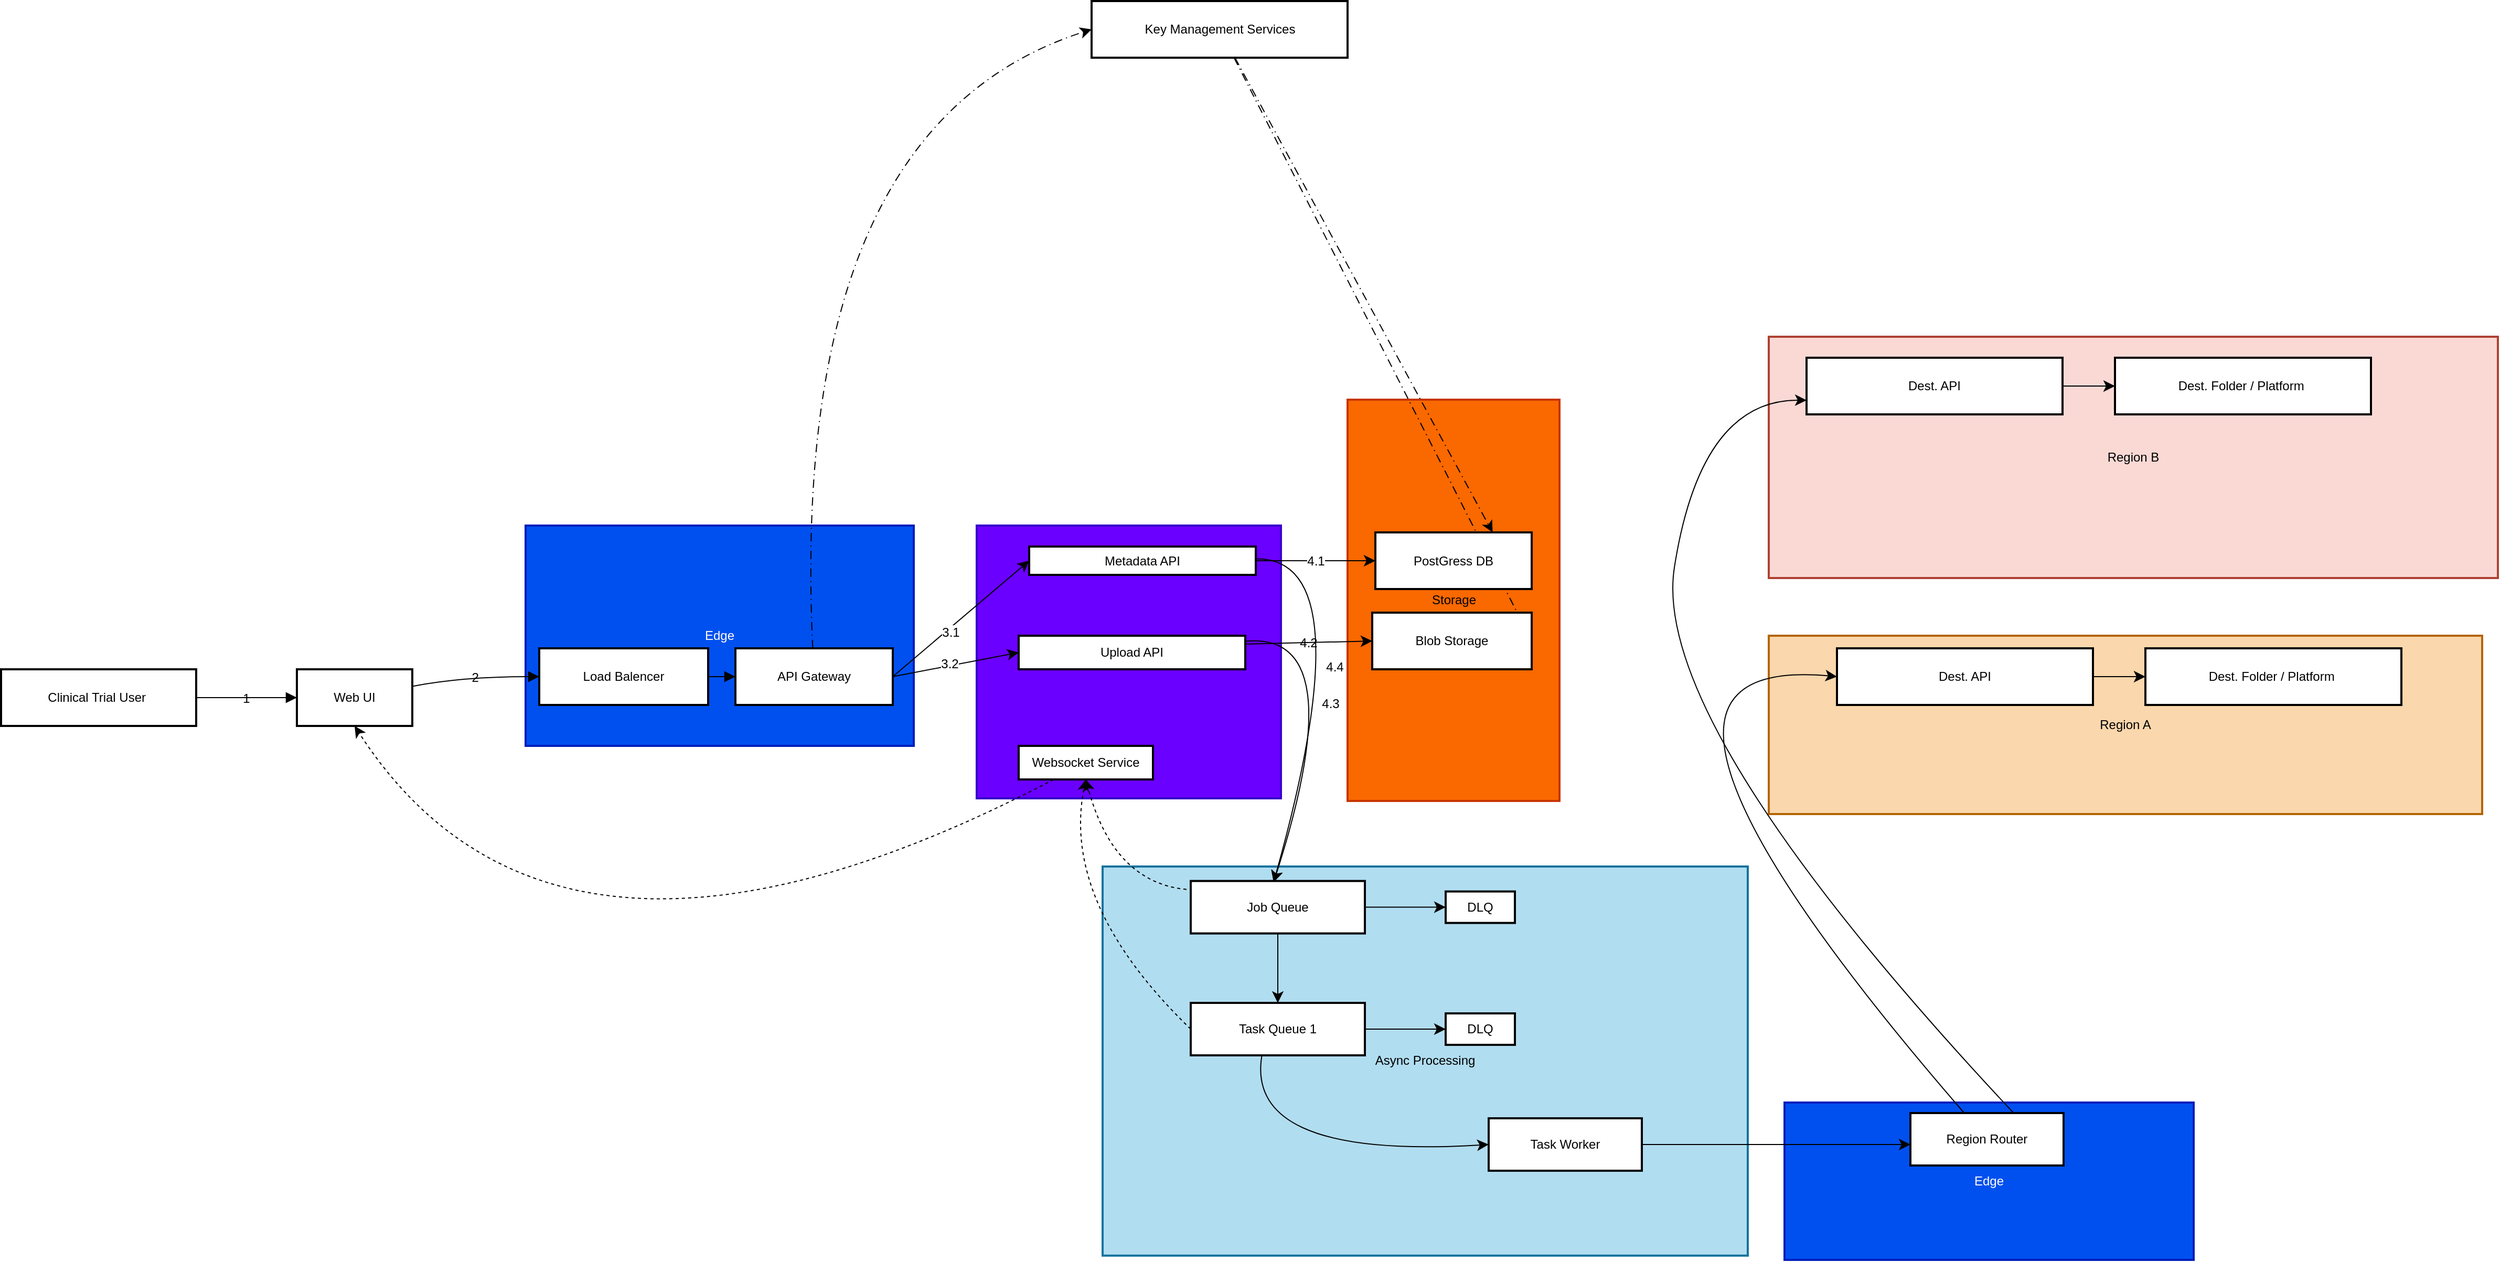
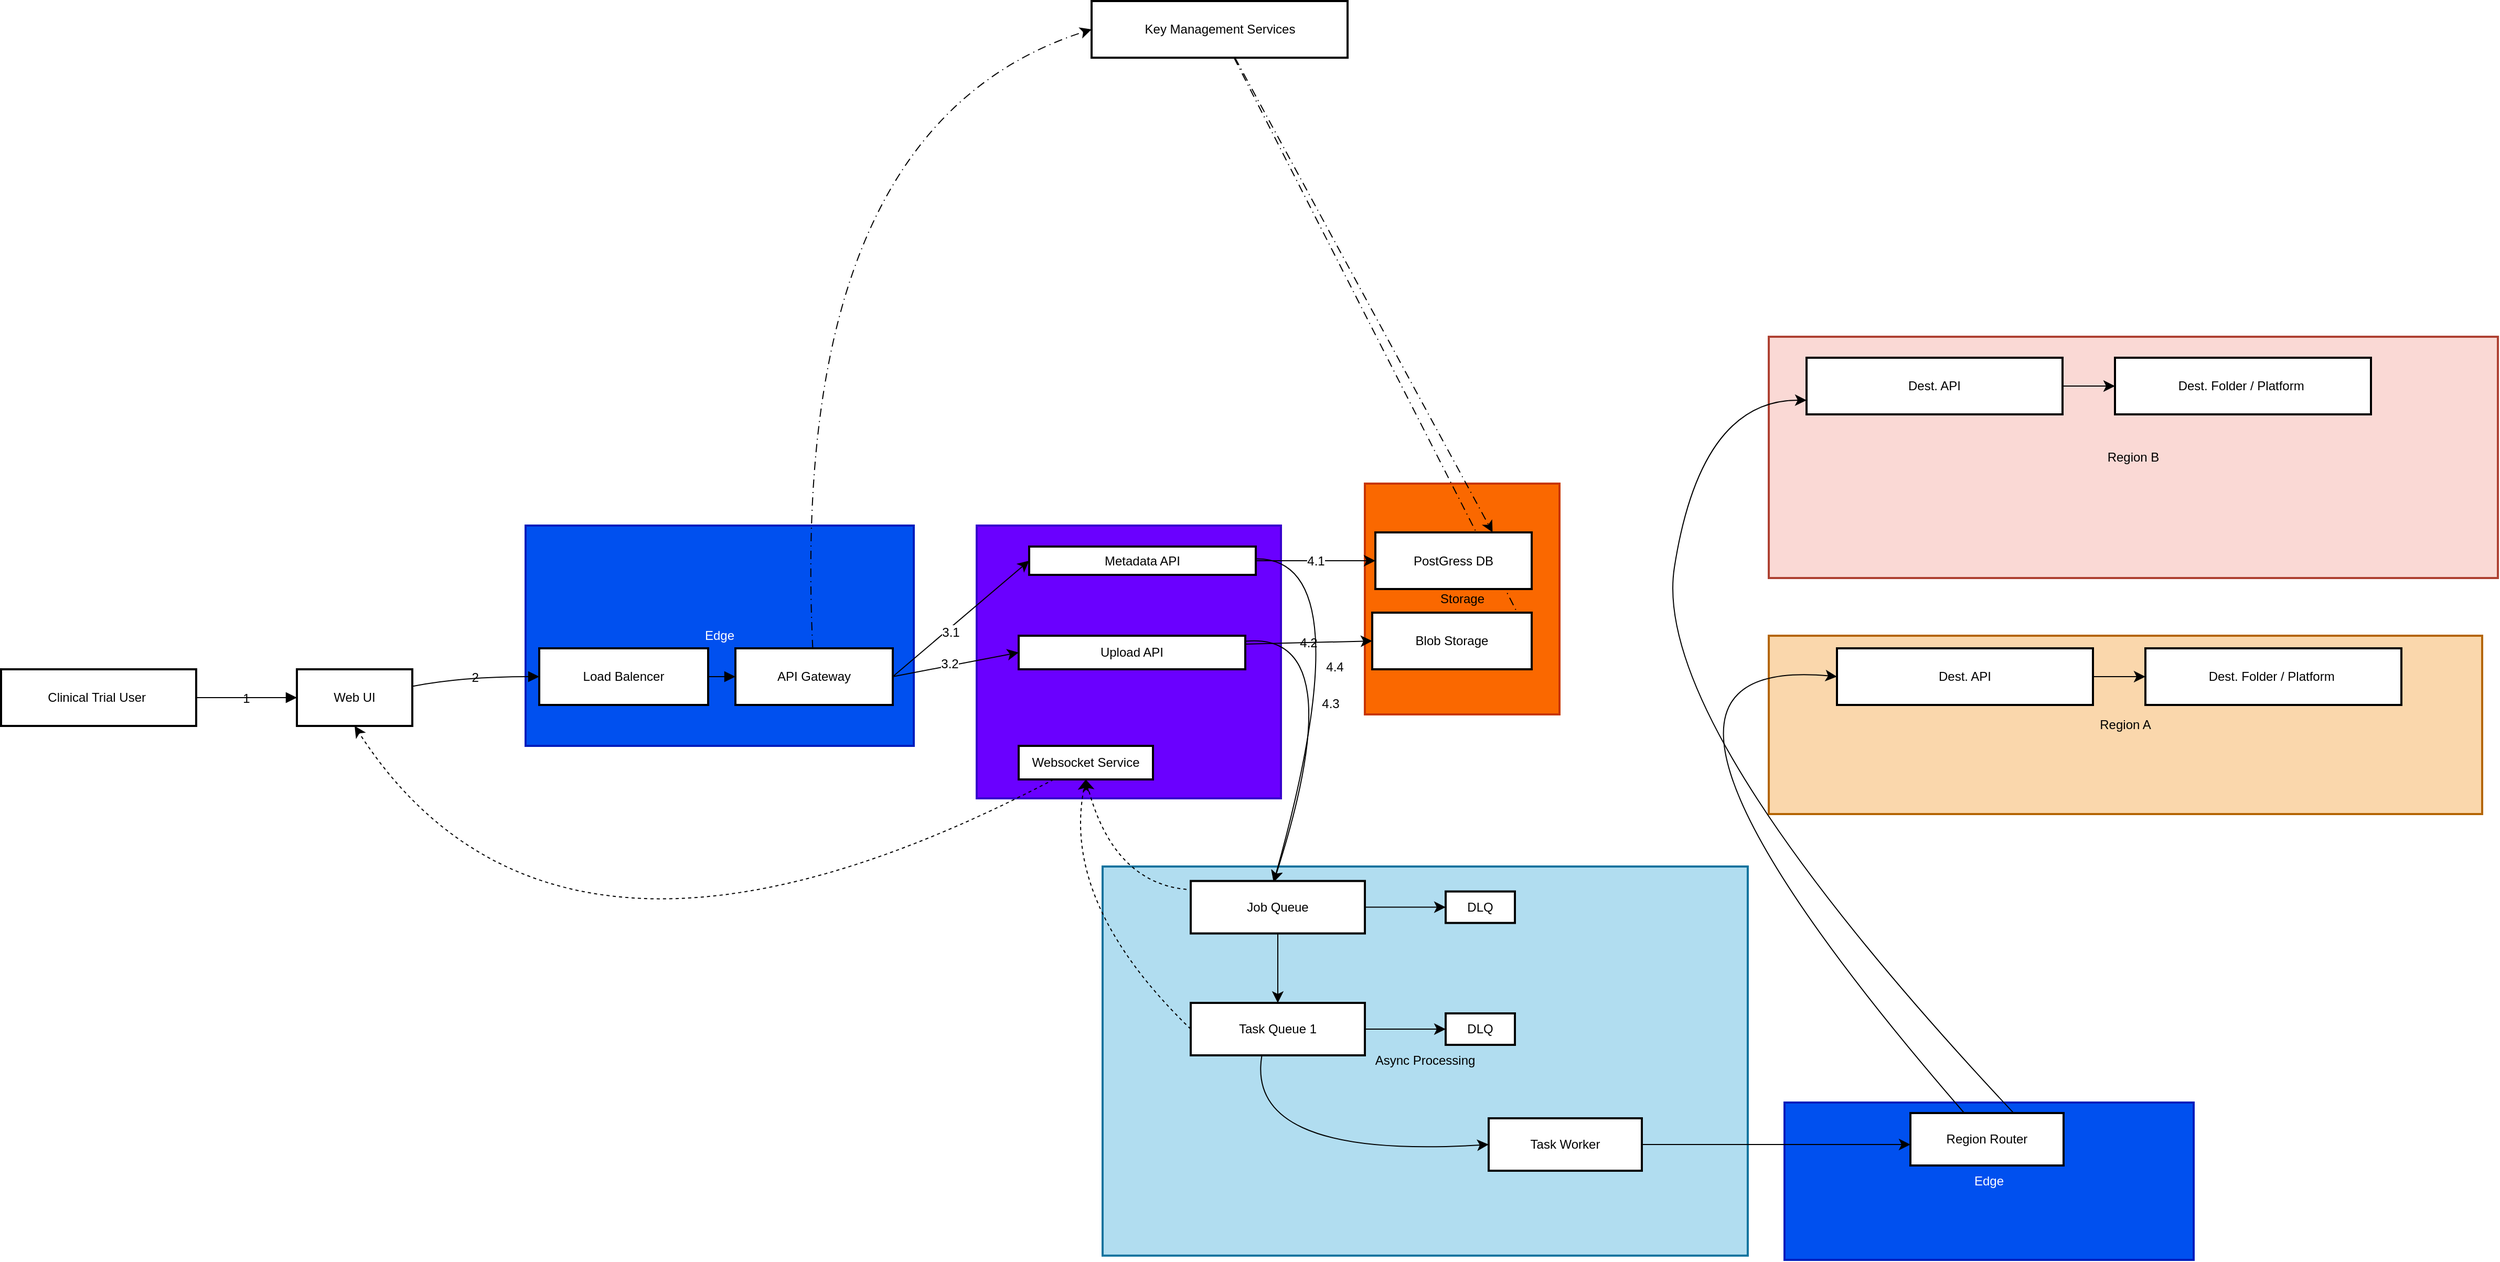
<mxfile host="app.diagrams.net">
  <diagram name="Overall-Diagram" id="Xauzskn0iYLa3f8TggF1">
-     <mxGraphModel dx="806" dy="1550" grid="1" gridSize="10" guides="1" tooltips="1" connect="1" arrows="1" fold="1" page="1" pageScale="1" pageWidth="850" pageHeight="1100" background="none" math="0" shadow="0">
+     <mxGraphModel dx="1108" dy="1719" grid="1" gridSize="10" guides="1" tooltips="1" connect="1" arrows="1" fold="1" page="1" pageScale="1" pageWidth="850" pageHeight="1100" background="none" math="0" shadow="0">
      <root>
        <mxCell id="0" />
        <mxCell id="1" parent="0" />
        <mxCell id="ZxT0anLmeUN1lRlBXtKW-56" parent="1" style="whiteSpace=wrap;strokeWidth=2;rounded=0;labelBackgroundColor=none;fillColor=#0050ef;fontColor=#ffffff;strokeColor=#001DBC;" value="Edge" vertex="1">
          <mxGeometry height="150" width="390" x="1800" y="590" as="geometry" />
        </mxCell>
        <mxCell id="tPvMw2njpGqdJi2HAjV1-28" parent="1" style="whiteSpace=wrap;strokeWidth=2;rounded=0;labelBackgroundColor=none;fillColor=#fad9d5;strokeColor=#ae4132;" value="Region B" vertex="1">
          <mxGeometry height="230" width="695" x="1785" y="-140" as="geometry" />
        </mxCell>
        <mxCell id="tPvMw2njpGqdJi2HAjV1-27" parent="1" style="whiteSpace=wrap;strokeWidth=2;rounded=0;labelBackgroundColor=none;fillColor=#fad7ac;strokeColor=#b46504;" value="Region A" vertex="1">
          <mxGeometry height="170" width="680" x="1785" y="145" as="geometry" />
        </mxCell>
        <mxCell id="LGeiLnGPZ_kJypGg9XhN-2" parent="1" style="whiteSpace=wrap;strokeWidth=2;rounded=0;labelBackgroundColor=none;fillColor=#b1ddf0;strokeColor=#10739e;aspect=fixed;" value="Async Processing" vertex="1">
          <mxGeometry height="370.92" width="614.97" x="1150" y="365" as="geometry" />
        </mxCell>
        <mxCell id="LGeiLnGPZ_kJypGg9XhN-4" parent="1" style="whiteSpace=wrap;strokeWidth=2;rounded=0;labelBackgroundColor=none;fillColor=#6a00ff;fontColor=#ffffff;strokeColor=#3700CC;" value="API Services" vertex="1">
          <mxGeometry height="260" width="290" x="1030" y="40" as="geometry" />
        </mxCell>
        <mxCell id="LGeiLnGPZ_kJypGg9XhN-3" parent="1" style="whiteSpace=wrap;strokeWidth=2;rounded=0;labelBackgroundColor=none;fillColor=#fa6800;fontColor=#000000;strokeColor=#C73500;" value="Storage" vertex="1">
-           <mxGeometry height="382.5" width="202" x="1383.5" y="-80" as="geometry" />
+           <mxGeometry height="220" width="185.5" x="1400" as="geometry" />
        </mxCell>
        <mxCell id="LGeiLnGPZ_kJypGg9XhN-5" parent="1" style="whiteSpace=wrap;strokeWidth=2;rounded=0;labelBackgroundColor=none;fillColor=#0050ef;fontColor=#ffffff;strokeColor=#001DBC;" value="Edge" vertex="1">
          <mxGeometry height="210" width="370" x="600" y="40" as="geometry" />
        </mxCell>
        <mxCell id="LGeiLnGPZ_kJypGg9XhN-6" parent="1" style="whiteSpace=wrap;strokeWidth=2;rounded=0;labelBackgroundColor=none;" value="Clinical Trial User " vertex="1">
          <mxGeometry height="54" width="186" x="100" y="177" as="geometry" />
        </mxCell>
        <mxCell id="LGeiLnGPZ_kJypGg9XhN-7" parent="1" style="whiteSpace=wrap;strokeWidth=2;rounded=0;labelBackgroundColor=none;" value="Web UI" vertex="1">
          <mxGeometry height="54" width="110" x="382" y="177" as="geometry" />
        </mxCell>
        <mxCell id="LGeiLnGPZ_kJypGg9XhN-8" parent="1" style="whiteSpace=wrap;strokeWidth=2;rounded=0;labelBackgroundColor=none;" value="Load Balencer" vertex="1">
          <mxGeometry height="54" width="161" x="613" y="157" as="geometry" />
        </mxCell>
        <mxCell id="ijDLy2rUQYNMrnhEq9o_-15" edge="1" parent="1" source="LGeiLnGPZ_kJypGg9XhN-9" style="edgeStyle=none;curved=1;rounded=0;orthogonalLoop=1;jettySize=auto;html=1;fontSize=12;startSize=8;endSize=8;entryX=0;entryY=0.5;entryDx=0;entryDy=0;labelBackgroundColor=none;fontColor=default;exitX=1;exitY=0.5;exitDx=0;exitDy=0;" target="LGeiLnGPZ_kJypGg9XhN-10">
          <mxGeometry relative="1" as="geometry">
            <mxPoint x="1059.9999999999998" y="229.99999999999977" as="targetPoint" />
          </mxGeometry>
        </mxCell>
        <mxCell id="kZjGEyZ31KSyDfQOjVAd-1" connectable="0" parent="ijDLy2rUQYNMrnhEq9o_-15" style="edgeLabel;html=1;align=center;verticalAlign=middle;resizable=0;points=[];fontSize=12;" value="3.1" vertex="1">
          <mxGeometry relative="1" x="-0.1984" y="-3" as="geometry">
            <mxPoint x="1" as="offset" />
          </mxGeometry>
        </mxCell>
        <mxCell id="ijDLy2rUQYNMrnhEq9o_-17" edge="1" parent="1" source="LGeiLnGPZ_kJypGg9XhN-9" style="edgeStyle=none;curved=1;rounded=0;orthogonalLoop=1;jettySize=auto;html=1;entryX=0;entryY=0.5;entryDx=0;entryDy=0;fontSize=12;startSize=8;endSize=8;exitX=1;exitY=0.5;exitDx=0;exitDy=0;" target="LGeiLnGPZ_kJypGg9XhN-11">
          <mxGeometry relative="1" as="geometry">
            <mxPoint x="960" y="190" as="sourcePoint" />
          </mxGeometry>
        </mxCell>
        <mxCell id="kZjGEyZ31KSyDfQOjVAd-2" connectable="0" parent="ijDLy2rUQYNMrnhEq9o_-17" style="edgeLabel;html=1;align=center;verticalAlign=middle;resizable=0;points=[];fontSize=12;" value="3.2" vertex="1">
          <mxGeometry relative="1" x="-0.0885" y="2" as="geometry">
            <mxPoint as="offset" />
          </mxGeometry>
        </mxCell>
        <mxCell id="tPvMw2njpGqdJi2HAjV1-17" edge="1" parent="1" source="LGeiLnGPZ_kJypGg9XhN-9" style="edgeStyle=none;curved=1;rounded=0;orthogonalLoop=1;jettySize=auto;html=1;entryX=0;entryY=0.5;entryDx=0;entryDy=0;fontSize=12;startSize=8;endSize=8;dashed=1;dashPattern=8 4 1 4;" target="LGeiLnGPZ_kJypGg9XhN-20">
          <mxGeometry relative="1" as="geometry">
            <Array as="points">
              <mxPoint x="850" y="-340" />
            </Array>
          </mxGeometry>
        </mxCell>
        <mxCell id="LGeiLnGPZ_kJypGg9XhN-9" parent="1" style="whiteSpace=wrap;strokeWidth=2;rounded=0;labelBackgroundColor=none;" value="API Gateway" vertex="1">
          <mxGeometry height="54" width="150" x="800" y="157" as="geometry" />
        </mxCell>
        <mxCell id="ijDLy2rUQYNMrnhEq9o_-19" edge="1" parent="1" source="LGeiLnGPZ_kJypGg9XhN-10" style="edgeStyle=none;curved=1;rounded=0;orthogonalLoop=1;jettySize=auto;html=1;entryX=0;entryY=0.5;entryDx=0;entryDy=0;fontSize=12;startSize=8;endSize=8;exitX=1;exitY=0.5;exitDx=0;exitDy=0;" target="LGeiLnGPZ_kJypGg9XhN-12" value="4.1">
          <mxGeometry relative="1" as="geometry" />
        </mxCell>
        <mxCell id="ZxT0anLmeUN1lRlBXtKW-1" edge="1" parent="1" source="LGeiLnGPZ_kJypGg9XhN-10" style="edgeStyle=none;curved=1;rounded=0;orthogonalLoop=1;jettySize=auto;html=1;entryX=0.5;entryY=0;entryDx=0;entryDy=0;fontSize=12;startSize=8;endSize=8;" value="4.4">
          <mxGeometry relative="1" as="geometry">
            <Array as="points">
              <mxPoint x="1400" y="70" />
            </Array>
            <mxPoint x="1313" y="380" as="targetPoint" />
          </mxGeometry>
        </mxCell>
        <mxCell id="LGeiLnGPZ_kJypGg9XhN-10" parent="1" style="whiteSpace=wrap;strokeWidth=2;rounded=0;labelBackgroundColor=none;" value="Metadata API" vertex="1">
          <mxGeometry height="27" width="216" x="1080" y="60" as="geometry" />
        </mxCell>
        <mxCell id="ijDLy2rUQYNMrnhEq9o_-12" edge="1" parent="1" source="LGeiLnGPZ_kJypGg9XhN-11" style="edgeStyle=none;curved=1;rounded=0;orthogonalLoop=1;jettySize=auto;html=1;entryX=0;entryY=0.5;entryDx=0;entryDy=0;fontSize=12;startSize=8;endSize=8;exitX=1;exitY=0.25;exitDx=0;exitDy=0;labelBackgroundColor=none;fontColor=default;" target="LGeiLnGPZ_kJypGg9XhN-13" value="4.2">
          <mxGeometry relative="1" as="geometry" />
        </mxCell>
        <mxCell id="ZxT0anLmeUN1lRlBXtKW-2" edge="1" parent="1" source="LGeiLnGPZ_kJypGg9XhN-11" style="edgeStyle=none;curved=1;rounded=0;orthogonalLoop=1;jettySize=auto;html=1;entryX=0.5;entryY=0;entryDx=0;entryDy=0;fontSize=12;startSize=8;endSize=8;" value="4.3">
          <mxGeometry relative="1" as="geometry">
            <Array as="points">
              <mxPoint x="1390" y="140" />
            </Array>
            <mxPoint x="1313" y="380" as="targetPoint" />
          </mxGeometry>
        </mxCell>
        <mxCell id="LGeiLnGPZ_kJypGg9XhN-11" parent="1" style="whiteSpace=wrap;strokeWidth=2;rounded=0;labelBackgroundColor=none;" value="Upload API" vertex="1">
          <mxGeometry height="32" width="216" x="1070" y="145" as="geometry" />
        </mxCell>
        <mxCell id="tPvMw2njpGqdJi2HAjV1-2" edge="1" parent="1" style="edgeStyle=none;curved=1;rounded=0;orthogonalLoop=1;jettySize=auto;html=1;fontSize=12;startSize=8;endSize=8;entryX=0.5;entryY=1;entryDx=0;entryDy=0;dashed=1;" target="LGeiLnGPZ_kJypGg9XhN-18">
          <mxGeometry relative="1" as="geometry">
            <Array as="points">
              <mxPoint x="1160" y="380" />
            </Array>
            <mxPoint x="1230" y="386.8627450980389" as="sourcePoint" />
            <mxPoint x="1150" y="490" as="targetPoint" />
          </mxGeometry>
        </mxCell>
        <mxCell id="tPvMw2njpGqdJi2HAjV1-30" edge="1" parent="1" source="ZxT0anLmeUN1lRlBXtKW-4" style="edgeStyle=none;curved=1;rounded=0;orthogonalLoop=1;jettySize=auto;html=1;entryX=0.5;entryY=1;entryDx=0;entryDy=0;fontSize=12;startSize=8;endSize=8;dashed=1;exitX=0;exitY=0.5;exitDx=0;exitDy=0;" target="LGeiLnGPZ_kJypGg9XhN-18">
          <mxGeometry relative="1" as="geometry">
            <Array as="points">
              <mxPoint x="1110" y="400" />
            </Array>
            <mxPoint x="1274.6623376623374" y="462" as="sourcePoint" />
          </mxGeometry>
        </mxCell>
        <mxCell id="tPvMw2njpGqdJi2HAjV1-18" edge="1" parent="1" source="LGeiLnGPZ_kJypGg9XhN-20" style="edgeStyle=none;curved=1;rounded=0;orthogonalLoop=1;jettySize=auto;html=1;entryX=0.75;entryY=0;entryDx=0;entryDy=0;fontSize=12;startSize=8;endSize=8;dashed=1;dashPattern=8 4 1 4;" target="LGeiLnGPZ_kJypGg9XhN-12">
          <mxGeometry relative="1" as="geometry" />
        </mxCell>
        <mxCell id="tPvMw2njpGqdJi2HAjV1-19" edge="1" parent="1" source="LGeiLnGPZ_kJypGg9XhN-20" style="edgeStyle=none;curved=1;rounded=0;orthogonalLoop=1;jettySize=auto;html=1;entryX=1;entryY=0.5;entryDx=0;entryDy=0;fontSize=12;startSize=8;endSize=8;dashed=1;dashPattern=8 4 1 4;" target="LGeiLnGPZ_kJypGg9XhN-13">
          <mxGeometry relative="1" as="geometry" />
        </mxCell>
        <mxCell id="LGeiLnGPZ_kJypGg9XhN-20" parent="1" style="whiteSpace=wrap;strokeWidth=2;rounded=0;labelBackgroundColor=none;" value="Key Management Services" vertex="1">
          <mxGeometry height="54" width="244" x="1139.5" y="-460" as="geometry" />
        </mxCell>
        <mxCell id="LGeiLnGPZ_kJypGg9XhN-23" edge="1" parent="1" source="LGeiLnGPZ_kJypGg9XhN-6" style="curved=1;startArrow=none;endArrow=block;exitX=1;exitY=0.5;entryX=0;entryY=0.5;rounded=0;fontSize=12;startSize=8;endSize=8;labelBackgroundColor=none;fontColor=default;" target="LGeiLnGPZ_kJypGg9XhN-7" value="1">
          <mxGeometry relative="1" as="geometry">
            <Array as="points" />
          </mxGeometry>
        </mxCell>
        <mxCell id="LGeiLnGPZ_kJypGg9XhN-24" edge="1" parent="1" source="LGeiLnGPZ_kJypGg9XhN-7" style="curved=1;startArrow=none;endArrow=block;exitX=1;exitY=0.3;entryX=0;entryY=0.5;rounded=0;fontSize=12;startSize=8;endSize=8;labelBackgroundColor=none;fontColor=default;" target="LGeiLnGPZ_kJypGg9XhN-8" value="2">
          <mxGeometry relative="1" as="geometry">
            <Array as="points">
              <mxPoint x="540" y="184" />
            </Array>
          </mxGeometry>
        </mxCell>
        <mxCell id="LGeiLnGPZ_kJypGg9XhN-35" edge="1" parent="1" source="LGeiLnGPZ_kJypGg9XhN-8" style="curved=1;startArrow=none;endArrow=block;exitX=1;exitY=0.5;entryX=0;entryY=0.5;rounded=0;fontSize=12;startSize=8;endSize=8;labelBackgroundColor=none;fontColor=default;" target="LGeiLnGPZ_kJypGg9XhN-9" value="">
          <mxGeometry relative="1" as="geometry">
            <Array as="points" />
          </mxGeometry>
        </mxCell>
        <mxCell id="tPvMw2njpGqdJi2HAjV1-29" edge="1" parent="1" source="LGeiLnGPZ_kJypGg9XhN-18" style="edgeStyle=none;curved=1;rounded=0;orthogonalLoop=1;jettySize=auto;html=1;entryX=0.5;entryY=1;entryDx=0;entryDy=0;fontSize=12;startSize=8;endSize=8;dashed=1;" target="LGeiLnGPZ_kJypGg9XhN-7">
          <mxGeometry relative="1" as="geometry">
            <Array as="points">
              <mxPoint x="630" y="530" />
            </Array>
          </mxGeometry>
        </mxCell>
        <mxCell id="LGeiLnGPZ_kJypGg9XhN-18" parent="1" style="whiteSpace=wrap;strokeWidth=2;rounded=0;labelBackgroundColor=none;" value="Websocket Service" vertex="1">
          <mxGeometry height="32" width="128" x="1070" y="250" as="geometry" />
        </mxCell>
        <mxCell id="LGeiLnGPZ_kJypGg9XhN-13" parent="1" style="whiteSpace=wrap;strokeWidth=2;rounded=0;labelBackgroundColor=none;" value="Blob Storage" vertex="1">
          <mxGeometry height="54" width="152" x="1407" y="123" as="geometry" />
        </mxCell>
        <mxCell id="LGeiLnGPZ_kJypGg9XhN-12" parent="1" style="whiteSpace=wrap;strokeWidth=2;rounded=0;labelBackgroundColor=none;" value="PostGress DB" vertex="1">
          <mxGeometry height="54" width="149" x="1410" y="46.5" as="geometry" />
        </mxCell>
        <mxCell id="tPvMw2njpGqdJi2HAjV1-12" edge="1" parent="1" source="tPvMw2njpGqdJi2HAjV1-6" style="edgeStyle=none;curved=1;rounded=0;orthogonalLoop=1;jettySize=auto;html=1;entryX=0;entryY=0.5;entryDx=0;entryDy=0;fontSize=12;startSize=8;endSize=8;" target="tPvMw2njpGqdJi2HAjV1-8">
          <mxGeometry relative="1" as="geometry">
            <Array as="points">
              <mxPoint x="1590" y="160" />
            </Array>
          </mxGeometry>
        </mxCell>
        <mxCell id="tPvMw2njpGqdJi2HAjV1-13" edge="1" parent="1" source="tPvMw2njpGqdJi2HAjV1-6" style="edgeStyle=none;curved=1;rounded=0;orthogonalLoop=1;jettySize=auto;html=1;entryX=0;entryY=0.75;entryDx=0;entryDy=0;fontSize=12;startSize=8;endSize=8;exitX=1;exitY=1;exitDx=0;exitDy=0;" target="tPvMw2njpGqdJi2HAjV1-10">
          <mxGeometry relative="1" as="geometry">
            <Array as="points">
              <mxPoint x="1670" y="240" />
              <mxPoint x="1720" y="-80" />
            </Array>
            <mxPoint x="2070" y="660" as="sourcePoint" />
          </mxGeometry>
        </mxCell>
        <mxCell id="tPvMw2njpGqdJi2HAjV1-6" parent="1" style="whiteSpace=wrap;strokeWidth=2;rounded=0;labelBackgroundColor=none;" value="Region Router" vertex="1">
          <mxGeometry height="50" width="146" x="1920" y="600" as="geometry" />
        </mxCell>
        <mxCell id="tPvMw2njpGqdJi2HAjV1-7" parent="1" style="whiteSpace=wrap;strokeWidth=2;rounded=0;labelBackgroundColor=none;" value="Dest. Folder / Platform " vertex="1">
          <mxGeometry height="54" width="244" x="2144" y="157" as="geometry" />
        </mxCell>
        <mxCell id="tPvMw2njpGqdJi2HAjV1-15" edge="1" parent="1" source="tPvMw2njpGqdJi2HAjV1-8" style="edgeStyle=none;curved=1;rounded=0;orthogonalLoop=1;jettySize=auto;html=1;fontSize=12;startSize=8;endSize=8;" target="tPvMw2njpGqdJi2HAjV1-7" value="">
          <mxGeometry relative="1" as="geometry" />
        </mxCell>
        <mxCell id="tPvMw2njpGqdJi2HAjV1-8" parent="1" style="whiteSpace=wrap;strokeWidth=2;rounded=0;labelBackgroundColor=none;" value="Dest. API" vertex="1">
          <mxGeometry height="54" width="244" x="1850" y="157" as="geometry" />
        </mxCell>
        <mxCell id="tPvMw2njpGqdJi2HAjV1-9" parent="1" style="whiteSpace=wrap;strokeWidth=2;rounded=0;labelBackgroundColor=none;" value="Dest. Folder / Platform " vertex="1">
          <mxGeometry height="54" width="244" x="2115" y="-120" as="geometry" />
        </mxCell>
        <mxCell id="tPvMw2njpGqdJi2HAjV1-16" edge="1" parent="1" source="tPvMw2njpGqdJi2HAjV1-10" style="edgeStyle=none;curved=1;rounded=0;orthogonalLoop=1;jettySize=auto;html=1;fontSize=12;startSize=8;endSize=8;" target="tPvMw2njpGqdJi2HAjV1-9" value="">
          <mxGeometry relative="1" as="geometry" />
        </mxCell>
        <mxCell id="tPvMw2njpGqdJi2HAjV1-10" parent="1" style="whiteSpace=wrap;strokeWidth=2;rounded=0;labelBackgroundColor=none;" value="Dest. API" vertex="1">
          <mxGeometry height="54" width="244" x="1821" y="-120" as="geometry" />
        </mxCell>
        <mxCell id="ZxT0anLmeUN1lRlBXtKW-5" edge="1" parent="1" source="ZxT0anLmeUN1lRlBXtKW-3" style="edgeStyle=none;curved=1;rounded=0;orthogonalLoop=1;jettySize=auto;html=1;fontSize=12;startSize=8;endSize=8;" target="ZxT0anLmeUN1lRlBXtKW-4" value="">
          <mxGeometry relative="1" as="geometry" />
        </mxCell>
        <mxCell id="ZxT0anLmeUN1lRlBXtKW-52" edge="1" parent="1" source="ZxT0anLmeUN1lRlBXtKW-3" style="edgeStyle=none;curved=1;rounded=0;orthogonalLoop=1;jettySize=auto;html=1;fontSize=12;startSize=8;endSize=8;" target="ZxT0anLmeUN1lRlBXtKW-9" value="">
          <mxGeometry relative="1" as="geometry" />
        </mxCell>
        <mxCell id="ZxT0anLmeUN1lRlBXtKW-3" parent="1" style="whiteSpace=wrap;strokeWidth=2;rounded=0;labelBackgroundColor=none;" value="Job Queue" vertex="1">
          <mxGeometry height="50" width="166" x="1234" y="378.79999999999995" as="geometry" />
        </mxCell>
        <mxCell id="ZxT0anLmeUN1lRlBXtKW-21" edge="1" parent="1" source="ZxT0anLmeUN1lRlBXtKW-4" style="edgeStyle=none;curved=1;rounded=0;orthogonalLoop=1;jettySize=auto;html=1;fontSize=12;startSize=8;endSize=8;" target="ZxT0anLmeUN1lRlBXtKW-11" value="">
          <mxGeometry relative="1" as="geometry" />
        </mxCell>
        <mxCell id="ZxT0anLmeUN1lRlBXtKW-54" edge="1" parent="1" source="ZxT0anLmeUN1lRlBXtKW-4" style="edgeStyle=none;curved=1;rounded=0;orthogonalLoop=1;jettySize=auto;html=1;entryX=0;entryY=0.5;entryDx=0;entryDy=0;fontSize=12;startSize=8;endSize=8;exitX=0.422;exitY=0.8;exitDx=0;exitDy=0;exitPerimeter=0;" target="ZxT0anLmeUN1lRlBXtKW-53">
          <mxGeometry relative="1" as="geometry">
            <Array as="points">
              <mxPoint x="1274" y="645" />
            </Array>
          </mxGeometry>
        </mxCell>
        <mxCell id="ZxT0anLmeUN1lRlBXtKW-4" parent="1" style="whiteSpace=wrap;strokeWidth=2;rounded=0;labelBackgroundColor=none;" value="Task Queue 1" vertex="1">
          <mxGeometry height="50" width="166" x="1234" y="495" as="geometry" />
        </mxCell>
        <mxCell id="ZxT0anLmeUN1lRlBXtKW-9" parent="1" style="whiteSpace=wrap;strokeWidth=2;rounded=0;labelBackgroundColor=none;" value="DLQ" vertex="1">
          <mxGeometry height="30" width="66" x="1477" y="388.79999999999995" as="geometry" />
        </mxCell>
        <mxCell id="ZxT0anLmeUN1lRlBXtKW-11" parent="1" style="whiteSpace=wrap;strokeWidth=2;rounded=0;labelBackgroundColor=none;" value="DLQ" vertex="1">
          <mxGeometry height="30" width="66" x="1477" y="505" as="geometry" />
        </mxCell>
        <mxCell id="ZxT0anLmeUN1lRlBXtKW-55" edge="1" parent="1" source="ZxT0anLmeUN1lRlBXtKW-53" style="edgeStyle=none;curved=1;rounded=0;orthogonalLoop=1;jettySize=auto;html=1;fontSize=12;startSize=8;endSize=8;">
          <mxGeometry relative="1" as="geometry">
            <mxPoint x="1920.0000000000005" y="630" as="targetPoint" />
          </mxGeometry>
        </mxCell>
        <mxCell id="ZxT0anLmeUN1lRlBXtKW-53" parent="1" style="whiteSpace=wrap;strokeWidth=2;rounded=0;labelBackgroundColor=none;" value="Task Worker" vertex="1">
          <mxGeometry height="50" width="146" x="1518" y="605" as="geometry" />
        </mxCell>
      </root>
    </mxGraphModel>
  </diagram>
</mxfile>
